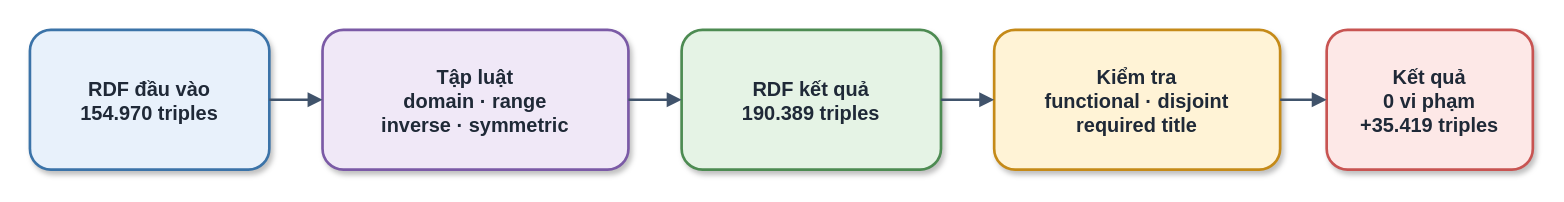
Above: report_latex/images/sources/semantic_reasoning.drawio in khanhhk/advanced_database (draw.io), before the change. Source tidied: cells renumbered, new cells numbered last; positions are measured from the earlier drawing's top-left corner, leaving out a move shared by most shapes. Both pictures are drawn from the tidied source at 133%, with x=0, y=0 at pixel (29, 29).
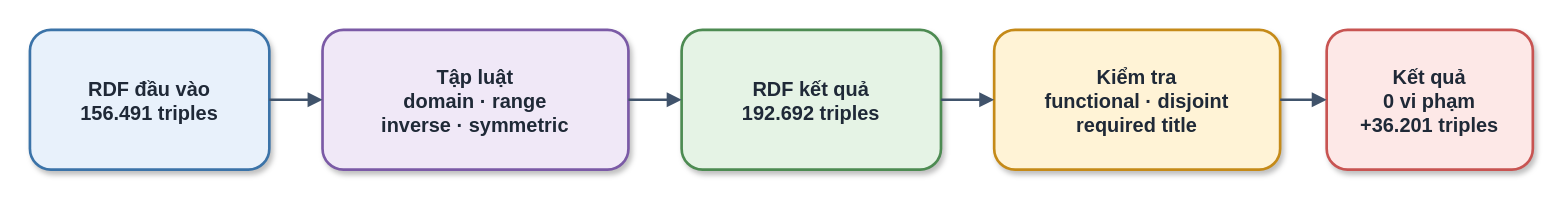
Above is the later version.

What changed in the source:
```diff
@@
 <mxGraphModel>
   <root>
     <mxCell id="0" />
     <mxCell id="1" parent="0" />
-    <mxCell id="2" value="RDF đầu vào&#10;154.970 triples" style="rounded=1;whiteSpace=wrap;html=1;fillColor=#E8F1FB;strokeColor=#3B73A8;strokeWidth=2;fontSize=15;fontColor=#1F2937;fontStyle=1;spacing=8;shadow=1;" parent="1" vertex="1">
+    <mxCell id="2" value="RDF đầu vào&#10;156.491 triples" style="rounded=1;whiteSpace=wrap;html=1;fillColor=#E8F1FB;strokeColor=#3B73A8;strokeWidth=2;fontSize=15;fontColor=#1F2937;fontStyle=1;spacing=8;shadow=1;" parent="1" vertex="1">
       <mxGeometry width="180" height="105" as="geometry" />
     </mxCell>
     <mxCell id="3" value="Tập luật&#10;domain · range&#10;inverse · symmetric" style="rounded=1;whiteSpace=wrap;html=1;fillColor=#F0E8F7;strokeColor=#7B5AA6;strokeWidth=2;fontSize=15;fontColor=#1F2937;fontStyle=1;spacing=8;shadow=1;" parent="1" vertex="1">
       <mxGeometry x="220" width="230" height="105" as="geometry" />
     </mxCell>
-    <mxCell id="4" value="RDF kết quả&#10;190.389 triples" style="rounded=1;whiteSpace=wrap;html=1;fillColor=#E5F3E5;strokeColor=#4D8B52;strokeWidth=2;fontSize=15;fontColor=#1F2937;fontStyle=1;spacing=8;shadow=1;" parent="1" vertex="1">
+    <mxCell id="4" value="RDF kết quả&#10;192.692 triples" style="rounded=1;whiteSpace=wrap;html=1;fillColor=#E5F3E5;strokeColor=#4D8B52;strokeWidth=2;fontSize=15;fontColor=#1F2937;fontStyle=1;spacing=8;shadow=1;" parent="1" vertex="1">
       <mxGeometry x="490" width="195" height="105" as="geometry" />
     </mxCell>
     <mxCell id="5" value="Kiểm tra&#10;functional · disjoint&#10;required title" style="rounded=1;whiteSpace=wrap;html=1;fillColor=#FFF3D6;strokeColor=#C58A18;strokeWidth=2;fontSize=15;fontColor=#1F2937;fontStyle=1;spacing=8;shadow=1;" parent="1" vertex="1">
       <mxGeometry x="725" width="215" height="105" as="geometry" />
     </mxCell>
-    <mxCell id="6" value="Kết quả&#10;0 vi phạm&#10;+35.419 triples" style="rounded=1;whiteSpace=wrap;html=1;fillColor=#FDE8E7;strokeColor=#C85452;strokeWidth=2;fontSize=15;fontColor=#1F2937;fontStyle=1;spacing=8;shadow=1;" parent="1" vertex="1">
+    <mxCell id="6" value="Kết quả&#10;0 vi phạm&#10;+36.201 triples" style="rounded=1;whiteSpace=wrap;html=1;fillColor=#FDE8E7;strokeColor=#C85452;strokeWidth=2;fontSize=15;fontColor=#1F2937;fontStyle=1;spacing=8;shadow=1;" parent="1" vertex="1">
       <mxGeometry x="975" width="155" height="105" as="geometry" />
     </mxCell>
     <mxCell id="7" style="edgeStyle=orthogonalEdgeStyle;rounded=1;jettySize=auto;html=1;endArrow=block;endFill=1;strokeColor=#40536B;strokeWidth=2;fontSize=13;fontColor=#2F3B4A;labelBackgroundColor=#FFFFFF;spacingBottom=8;exitX=1;exitY=0.5;exitDx=0;exitDy=0;entryX=0;entryY=0.5;entryDx=0;entryDy=0;" parent="1" edge="1" source="2" target="3">
       <mxGeometry y="-12" relative="1" as="geometry" />
     </mxCell>
     <mxCell id="8" style="edgeStyle=orthogonalEdgeStyle;rounded=1;jettySize=auto;html=1;endArrow=block;endFill=1;strokeColor=#40536B;strokeWidth=2;fontSize=13;fontColor=#2F3B4A;labelBackgroundColor=#FFFFFF;spacingBottom=8;exitX=1;exitY=0.5;exitDx=0;exitDy=0;entryX=0;entryY=0.5;entryDx=0;entryDy=0;" parent="1" edge="1" source="3" target="4">
       <mxGeometry y="-12" relative="1" as="geometry" />
     </mxCell>
     <mxCell id="9" style="edgeStyle=orthogonalEdgeStyle;rounded=1;jettySize=auto;html=1;endArrow=block;endFill=1;strokeColor=#40536B;strokeWidth=2;fontSize=13;fontColor=#2F3B4A;labelBackgroundColor=#FFFFFF;spacingBottom=8;exitX=1;exitY=0.5;exitDx=0;exitDy=0;entryX=0;entryY=0.5;entryDx=0;entryDy=0;" parent="1" edge="1" source="4" target="5">
       <mxGeometry y="-12" relative="1" as="geometry" />
     </mxCell>
     <mxCell id="10" style="edgeStyle=orthogonalEdgeStyle;rounded=1;jettySize=auto;html=1;endArrow=block;endFill=1;strokeColor=#40536B;strokeWidth=2;fontSize=13;fontColor=#2F3B4A;labelBackgroundColor=#FFFFFF;spacingBottom=8;exitX=1;exitY=0.5;exitDx=0;exitDy=0;entryX=0;entryY=0.5;entryDx=0;entryDy=0;" parent="1" edge="1" source="5" target="6">
       <mxGeometry y="-12" relative="1" as="geometry" />
     </mxCell>
   </root>
 </mxGraphModel>
```
